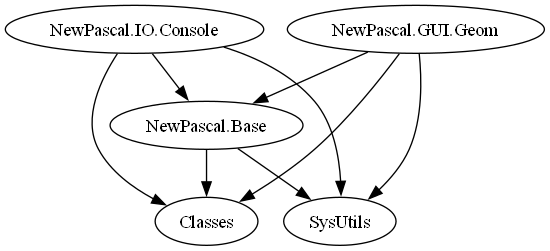
This is docs/GVUses.png from coelhole/newpascal, a Graphviz export, as it was before one commit. Its source is kept beside it as docs/GVUses.dot.
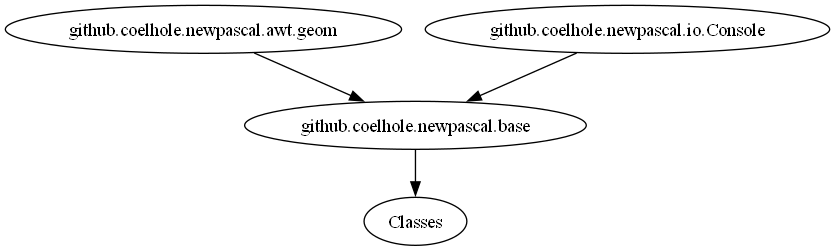
Above is the later version.

Diff of the diagram source:
```diff
@@ -1,13 +1,8 @@
 DiGraph Uses {
-  "NewPascal.Base" -> "Classes"
-  "NewPascal.Base" -> "SysUtils"
-  "NewPascal.Base" [href="NewPascal.Base.html"]
-  "NewPascal.GUI.Geom" -> "Classes"
-  "NewPascal.GUI.Geom" -> "SysUtils"
-  "NewPascal.GUI.Geom" -> "NewPascal.Base"
-  "NewPascal.GUI.Geom" [href="NewPascal.GUI.Geom.html"]
-  "NewPascal.IO.Console" -> "Classes"
-  "NewPascal.IO.Console" -> "SysUtils"
-  "NewPascal.IO.Console" -> "NewPascal.Base"
-  "NewPascal.IO.Console" [href="NewPascal.IO.Console.html"]
+  "github.coelhole.newpascal.awt.geom" -> "github.coelhole.newpascal.base"
+  "github.coelhole.newpascal.awt.geom" [href="github.coelhole.newpascal.awt.geom.html"]
+  "github.coelhole.newpascal.base" -> "Classes"
+  "github.coelhole.newpascal.base" [href="github.coelhole.newpascal.base.html"]
+  "github.coelhole.newpascal.io.Console" -> "github.coelhole.newpascal.base"
+  "github.coelhole.newpascal.io.Console" [href="github.coelhole.newpascal.io.Console.html"]
 }
```
